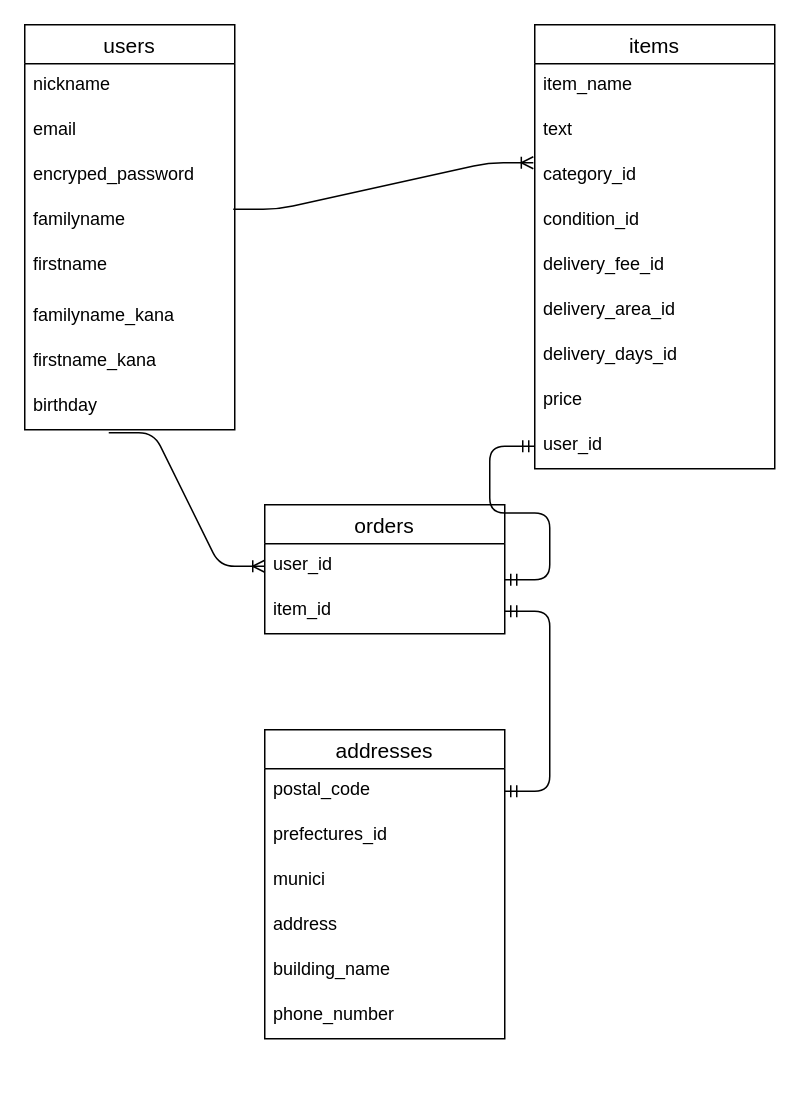
yoshi0422/furima-30972 keeps this draw.io diagram as app/assets/furima.dio. Above is the earlier version. Source tidied: cells renumbered, new cells numbered last; positions are measured from the earlier drawing's top-left corner, leaving out a move shared by most shapes. Both pictures are drawn from the tidied source at 150%, with x=0, y=0 at pixel (24, 24).
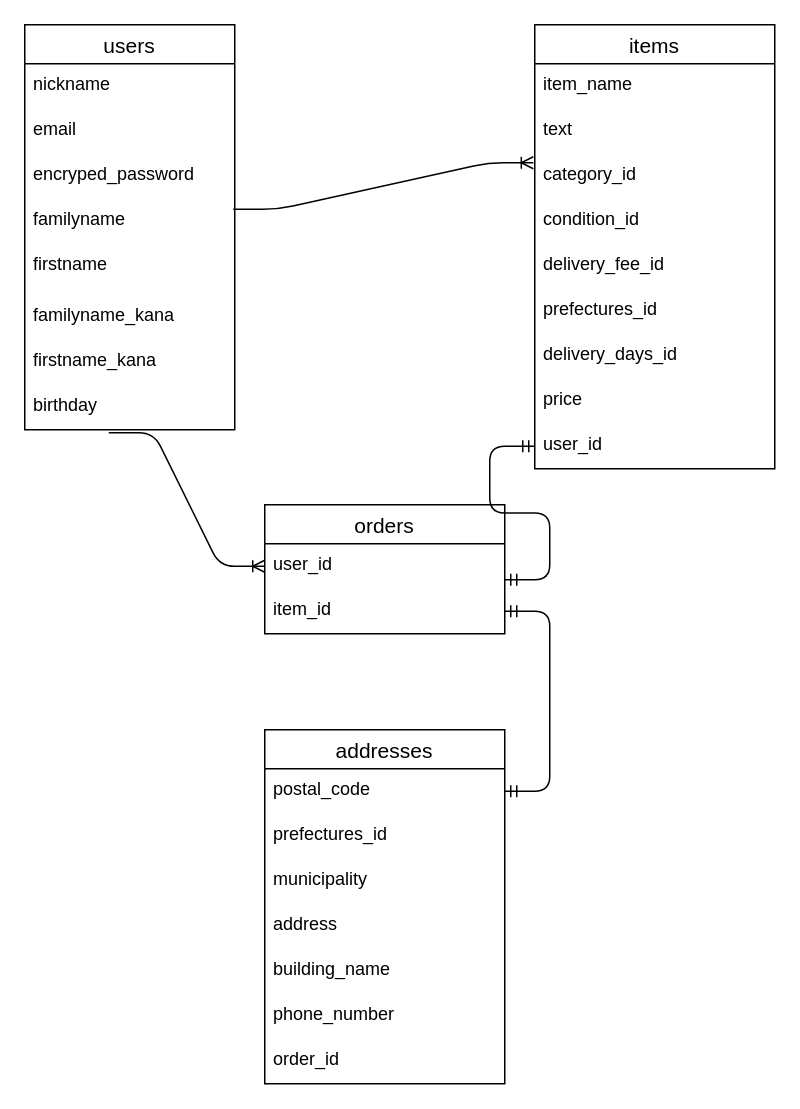
After the change.

Commit message (it also covers changes not shown here):
データーベースの設計３

The change refers to these unchanged cells:
```xml
<mxCell id="11" value="items" style="swimlane;fontStyle=0;horizontal=1;startSize=26;align=center;fontSize=14;" parent="1" vertex="1">
  <mxGeometry x="340" width="160" height="296" as="geometry" />
</mxCell>
```

The edit, as a diff of the source:
```diff
@@
-    <mxCell id="17" value="delivery_area_id" style="text;strokeColor=none;fillColor=none;spacingLeft=4;spacingRight=4;overflow=hidden;fontSize=12;" parent="11" vertex="1">
+    <mxCell id="17" value="prefectures_id" style="text;strokeColor=none;fillColor=none;spacingLeft=4;spacingRight=4;overflow=hidden;fontSize=12;" parent="11" vertex="1">
       <mxGeometry y="176" width="160" height="30" as="geometry" />
     </mxCell>
@@
     <mxCell id="27" value="addresses" style="swimlane;fontStyle=0;horizontal=1;startSize=26;align=center;fontSize=14;" parent="1" vertex="1">
-      <mxGeometry x="160" y="470" width="160" height="206" as="geometry" />
+      <mxGeometry x="160" y="470" width="160" height="236" as="geometry" />
     </mxCell>
@@
-    <mxCell id="30" value="munici" style="text;strokeColor=none;fillColor=none;spacingLeft=4;spacingRight=4;overflow=hidden;fontSize=12;" parent="27" vertex="1">
+    <mxCell id="30" value="municipality" style="text;strokeColor=none;fillColor=none;spacingLeft=4;spacingRight=4;overflow=hidden;fontSize=12;" parent="27" vertex="1">
       <mxGeometry y="86" width="160" height="30" as="geometry" />
     </mxCell>
@@
+    <mxCell id="35" value="order_id" style="text;strokeColor=none;fillColor=none;spacingLeft=4;spacingRight=4;overflow=hidden;fontSize=12;" parent="27" vertex="1">
+      <mxGeometry y="206" width="160" height="30" as="geometry" />
+    </mxCell>
```
